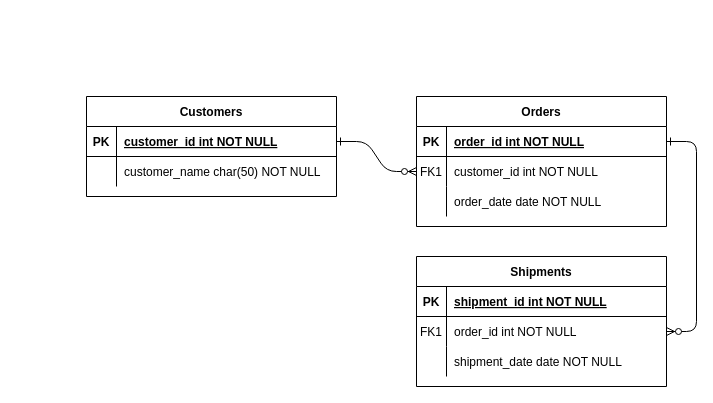
The draw.io diagram Diagram.drawio in Andile-Rodney/DE-100-days, before the edit. Source tidied: cells renumbered, new cells numbered last; positions are measured from the earlier drawing's top-left corner, leaving out a move shared by most shapes. Both pictures are drawn from the tidied source at 100%, with x=0, y=0 at pixel (86, 96).
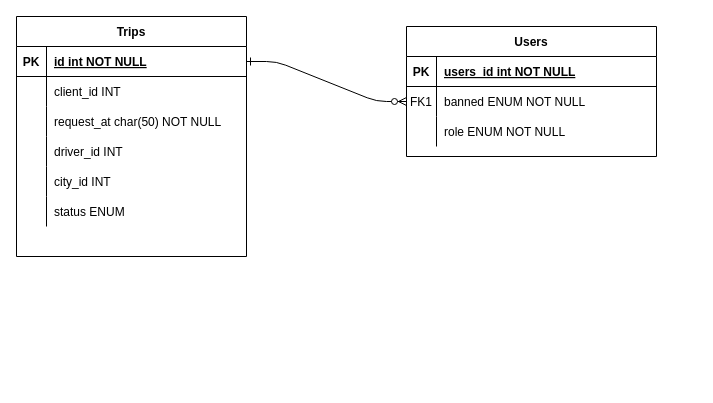
Above is the later version.

Unchanged cells that the change refers to:
```xml
<mxCell id="5" style="shape=partialRectangle;fillColor=none;points=[[0,0.5],[1,0.5]];portConstraint=eastwest;top=0;left=0;right=0;bottom=1;" parent="4" vertex="1">
  <mxGeometry y="30" width="250" height="30" as="geometry" />
</mxCell>
<mxCell id="8" style="shape=partialRectangle;fillColor=none;points=[[0,0.5],[1,0.5]];portConstraint=eastwest;top=0;left=0;right=0;bottom=0;" parent="4" vertex="1">
  <mxGeometry y="60" width="250" height="30" as="geometry" />
</mxCell>
<mxCell id="11" style="shape=partialRectangle;fillColor=none;top=0;left=0;right=0;bottom=0;" parent="4" vertex="1">
  <mxGeometry y="90" width="250" height="30" as="geometry" />
</mxCell>
```

Change to the diagram source:
```diff
@@
-    <mxCell id="3" style="edgeStyle=entityRelationEdgeStyle;endArrow=ERzeroToMany;startArrow=ERone;endFill=1;startFill=0;" parent="1" edge="1" source="5" target="18">
-      <mxGeometry relative="1" as="geometry" />
-    </mxCell>
-    <mxCell id="4" value="Orders" style="shape=table;startSize=30;childLayout=tableLayout;rowLines=0;fontStyle=1;align=center;" parent="1" vertex="1">
-      <mxGeometry x="330" width="250" height="130" as="geometry" />
+    <mxCell id="4" value="Users" style="shape=table;startSize=30;childLayout=tableLayout;rowLines=0;fontStyle=1;align=center;" parent="1" vertex="1">
+      <mxGeometry x="320" y="-70" width="250" height="130" as="geometry" />
     </mxCell>
@@
-    <mxCell id="7" value="order_id int NOT NULL " style="shape=partialRectangle;overflow=hidden;fillColor=none;top=0;left=0;bottom=0;right=0;align=left;spacingLeft=6;fontStyle=5;" parent="5" vertex="1">
+    <mxCell id="7" value="users_id int NOT NULL " style="shape=partialRectangle;overflow=hidden;fillColor=none;top=0;left=0;bottom=0;right=0;align=left;spacingLeft=6;fontStyle=5;" parent="5" vertex="1">
       <mxGeometry x="30" width="220" height="30" as="geometry" />
     </mxCell>
@@
-    <mxCell id="10" value="customer_id int NOT NULL" style="shape=partialRectangle;overflow=hidden;fillColor=none;top=0;left=0;bottom=0;right=0;align=left;spacingLeft=6;" parent="8" vertex="1">
+    <mxCell id="10" value="banned ENUM NOT NULL" style="shape=partialRectangle;overflow=hidden;fillColor=none;top=0;left=0;bottom=0;right=0;align=left;spacingLeft=6;" parent="8" vertex="1">
       <mxGeometry x="30" width="220" height="30" as="geometry" />
     </mxCell>
@@
-    <mxCell id="13" value="order_date date NOT NULL" style="shape=partialRectangle;overflow=hidden;fillColor=none;top=0;left=0;bottom=0;right=0;align=left;spacingLeft=6;" parent="11" vertex="1">
+    <mxCell id="13" value="role ENUM NOT NULL" style="shape=partialRectangle;overflow=hidden;fillColor=none;top=0;left=0;bottom=0;right=0;align=left;spacingLeft=6;" parent="11" vertex="1">
       <mxGeometry x="30" width="220" height="30" as="geometry" />
     </mxCell>
-    <mxCell id="14" value="Shipments" style="shape=table;startSize=30;childLayout=tableLayout;rowLines=0;fontStyle=1;align=center;" parent="1" vertex="1">
-      <mxGeometry x="330" y="160" width="250" height="130" as="geometry" />
-    </mxCell>
-    <mxCell id="15" style="shape=partialRectangle;fillColor=none;top=0;left=0;right=0;bottom=1;" parent="14" vertex="1">
-      <mxGeometry y="30" width="250" height="30" as="geometry" />
-    </mxCell>
-    <mxCell id="16" value="PK" style="shape=partialRectangle;overflow=hidden;fillColor=none;top=0;left=0;bottom=0;right=0;fontStyle=1;" parent="15" vertex="1">
-      <mxGeometry width="30" height="30" as="geometry" />
-    </mxCell>
-    <mxCell id="17" value="shipment_id int NOT NULL " style="shape=partialRectangle;overflow=hidden;fillColor=none;top=0;left=0;bottom=0;right=0;align=left;spacingLeft=6;fontStyle=5;" parent="15" vertex="1">
-      <mxGeometry x="30" width="220" height="30" as="geometry" />
-    </mxCell>
-    <mxCell id="18" style="shape=partialRectangle;fillColor=none;points=[[0,0.5],[1,0.5]];portConstraint=eastwest;top=0;left=0;right=0;bottom=0;" parent="14" vertex="1">
-      <mxGeometry y="60" width="250" height="30" as="geometry" />
-    </mxCell>
-    <mxCell id="19" value="FK1" style="shape=partialRectangle;overflow=hidden;fillColor=none;top=0;left=0;bottom=0;right=0;" parent="18" vertex="1">
-      <mxGeometry width="30" height="30" as="geometry" />
-    </mxCell>
-    <mxCell id="20" value="order_id int NOT NULL" style="shape=partialRectangle;overflow=hidden;fillColor=none;top=0;left=0;bottom=0;right=0;align=left;spacingLeft=6;" parent="18" vertex="1">
-      <mxGeometry x="30" width="220" height="30" as="geometry" />
-    </mxCell>
-    <mxCell id="21" style="shape=partialRectangle;fillColor=none;top=0;left=0;right=0;bottom=0;" parent="14" vertex="1">
-      <mxGeometry y="90" width="250" height="30" as="geometry" />
-    </mxCell>
-    <mxCell id="22" style="shape=partialRectangle;overflow=hidden;fillColor=none;top=0;left=0;bottom=0;right=0;" parent="21" vertex="1">
-      <mxGeometry width="30" height="30" as="geometry" />
-    </mxCell>
-    <mxCell id="23" value="shipment_date date NOT NULL" style="shape=partialRectangle;overflow=hidden;fillColor=none;top=0;left=0;bottom=0;right=0;align=left;spacingLeft=6;" parent="21" vertex="1">
-      <mxGeometry x="30" width="220" height="30" as="geometry" />
-    </mxCell>
-    <mxCell id="24" value="Customers" style="shape=table;startSize=30;childLayout=tableLayout;rowLines=0;fontStyle=1;align=center;" parent="1" vertex="1">
-      <mxGeometry width="250" height="100" as="geometry" />
+    <mxCell id="24" value="Trips" style="shape=table;startSize=30;childLayout=tableLayout;rowLines=0;fontStyle=1;align=center;" parent="1" vertex="1">
+      <mxGeometry x="-70" y="-80" width="230" height="240" as="geometry" />
     </mxCell>
     <mxCell id="25" style="shape=partialRectangle;fillColor=none;points=[[0,0.5],[1,0.5]];portConstraint=eastwest;top=0;left=0;right=0;bottom=1;" parent="24" vertex="1">
-      <mxGeometry y="30" width="250" height="30" as="geometry" />
+      <mxGeometry y="30" width="230" height="30" as="geometry" />
     </mxCell>
@@
-    <mxCell id="27" value="customer_id int NOT NULL " style="shape=partialRectangle;overflow=hidden;fillColor=none;top=0;left=0;bottom=0;right=0;align=left;spacingLeft=6;fontStyle=5;" parent="25" vertex="1">
-      <mxGeometry x="30" width="220" height="30" as="geometry" />
+    <mxCell id="27" value="id int NOT NULL " style="shape=partialRectangle;overflow=hidden;fillColor=none;top=0;left=0;bottom=0;right=0;align=left;spacingLeft=6;fontStyle=5;" parent="25" vertex="1">
+      <mxGeometry x="30" width="200" height="30" as="geometry" />
     </mxCell>
     <mxCell id="28" style="shape=partialRectangle;fillColor=none;top=0;left=0;right=0;bottom=0;" parent="24" vertex="1">
-      <mxGeometry y="60" width="250" height="30" as="geometry" />
+      <mxGeometry y="60" width="230" height="30" as="geometry" />
     </mxCell>
@@
-    <mxCell id="30" value="customer_name char(50) NOT NULL" style="shape=partialRectangle;overflow=hidden;fillColor=none;top=0;left=0;bottom=0;right=0;align=left;spacingLeft=6;" parent="28" vertex="1">
-      <mxGeometry x="30" width="220" height="30" as="geometry" />
+    <mxCell id="30" value="client_id INT" style="shape=partialRectangle;overflow=hidden;fillColor=none;top=0;left=0;bottom=0;right=0;align=left;spacingLeft=6;" parent="28" vertex="1">
+      <mxGeometry x="30" width="200" height="30" as="geometry" />
     </mxCell>
+    <mxCell id="31" style="shape=partialRectangle;fillColor=none;top=0;left=0;right=0;bottom=0;" parent="24" vertex="1">
+      <mxGeometry y="90" width="230" height="30" as="geometry" />
+    </mxCell>
+    <mxCell id="32" style="shape=partialRectangle;overflow=hidden;fillColor=none;top=0;left=0;bottom=0;right=0;" parent="31" vertex="1">
+      <mxGeometry width="30" height="30" as="geometry" />
+    </mxCell>
+    <mxCell id="33" style="shape=partialRectangle;overflow=hidden;fillColor=none;top=0;left=0;bottom=0;right=0;align=left;spacingLeft=6;" parent="31" vertex="1">
+      <mxGeometry x="30" width="200" height="30" as="geometry" />
+    </mxCell>
+    <mxCell id="34" style="shape=partialRectangle;fillColor=none;top=0;left=0;right=0;bottom=0;" parent="24" vertex="1">
+      <mxGeometry y="120" width="230" height="30" as="geometry" />
+    </mxCell>
+    <mxCell id="35" style="shape=partialRectangle;overflow=hidden;fillColor=none;top=0;left=0;bottom=0;right=0;" parent="34" vertex="1">
+      <mxGeometry width="30" height="30" as="geometry" />
+    </mxCell>
+    <mxCell id="36" value="driver_id INT" style="shape=partialRectangle;overflow=hidden;fillColor=none;top=0;left=0;bottom=0;right=0;align=left;spacingLeft=6;" parent="34" vertex="1">
+      <mxGeometry x="30" width="200" height="30" as="geometry" />
+    </mxCell>
+    <mxCell id="37" style="shape=partialRectangle;fillColor=none;top=0;left=0;right=0;bottom=0;" parent="24" vertex="1">
+      <mxGeometry y="150" width="230" height="30" as="geometry" />
+    </mxCell>
+    <mxCell id="38" style="shape=partialRectangle;overflow=hidden;fillColor=none;top=0;left=0;bottom=0;right=0;" parent="37" vertex="1">
+      <mxGeometry width="30" height="30" as="geometry" />
+    </mxCell>
+    <mxCell id="39" value="city_id INT" style="shape=partialRectangle;overflow=hidden;fillColor=none;top=0;left=0;bottom=0;right=0;align=left;spacingLeft=6;" parent="37" vertex="1">
+      <mxGeometry x="30" width="200" height="30" as="geometry" />
+    </mxCell>
+    <mxCell id="40" style="shape=partialRectangle;fillColor=none;top=0;left=0;right=0;bottom=0;" parent="24" vertex="1">
+      <mxGeometry y="180" width="230" height="30" as="geometry" />
+    </mxCell>
+    <mxCell id="41" style="shape=partialRectangle;overflow=hidden;fillColor=none;top=0;left=0;bottom=0;right=0;" parent="40" vertex="1">
+      <mxGeometry width="30" height="30" as="geometry" />
+    </mxCell>
+    <mxCell id="42" value="status ENUM" style="shape=partialRectangle;overflow=hidden;fillColor=none;top=0;left=0;bottom=0;right=0;align=left;spacingLeft=6;" parent="40" vertex="1">
+      <mxGeometry x="30" width="200" height="30" as="geometry" />
+    </mxCell>
+    <mxCell id="43" value="request_at char(50) NOT NULL" style="shape=partialRectangle;overflow=hidden;fillColor=none;top=0;left=0;bottom=0;right=0;align=left;spacingLeft=6;" parent="1" vertex="1">
+      <mxGeometry x="-40" y="10" width="290" height="30" as="geometry" />
+    </mxCell>
```
